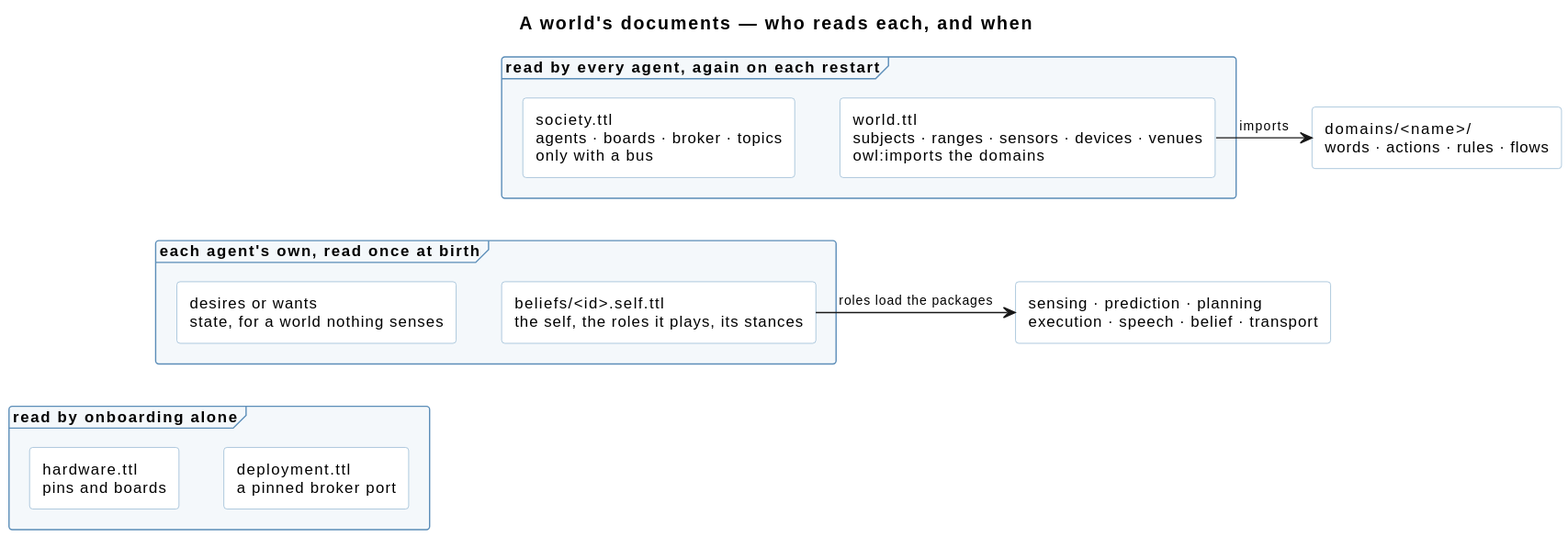
Earlier version of the PlantUML export knowledge/diagrams/runbook-world-documents.svg (ShishkinDmitriy/orexis). Its diagram source:
```plantuml
@startuml
title A world's documents — who reads each, and when

skinparam shadowing false
skinparam defaultFontSize 12
skinparam titleFontSize 14
skinparam ArrowFontSize 10
skinparam rectangle {
  BackgroundColor #FFFFFF
  BorderColor #8FB4D0
}
skinparam frame {
  BackgroundColor #F4F8FB
  BorderColor #5B8DB8
}

frame "read by every agent, again on each restart" {
  rectangle "world.ttl\nsubjects · ranges · sensors · devices · venues\nowl:imports the domains" as W
  rectangle "society.ttl\nagents · boards · broker · topics\nonly with a bus" as S
}
frame "each agent's own, read once at birth" {
  rectangle "beliefs/<id>.self.ttl\nthe self, the roles it plays, its stances" as SELF
  rectangle "desires or wants\nstate, for a world nothing senses" as DES
}
frame "read by onboarding alone" {
  rectangle "deployment.ttl\na pinned broker port" as DEP
  rectangle "hardware.ttl\npins and boards" as HW
}
rectangle "domains/<name>/\nwords · actions · rules · flows" as DOM
rectangle "sensing · prediction · planning\nexecution · speech · belief · transport" as PK

W -right-> DOM : imports
SELF -right-> PK : roles load the packages
S -[hidden]down-> SELF
DES -[hidden]down-> DEP
@enduml
```
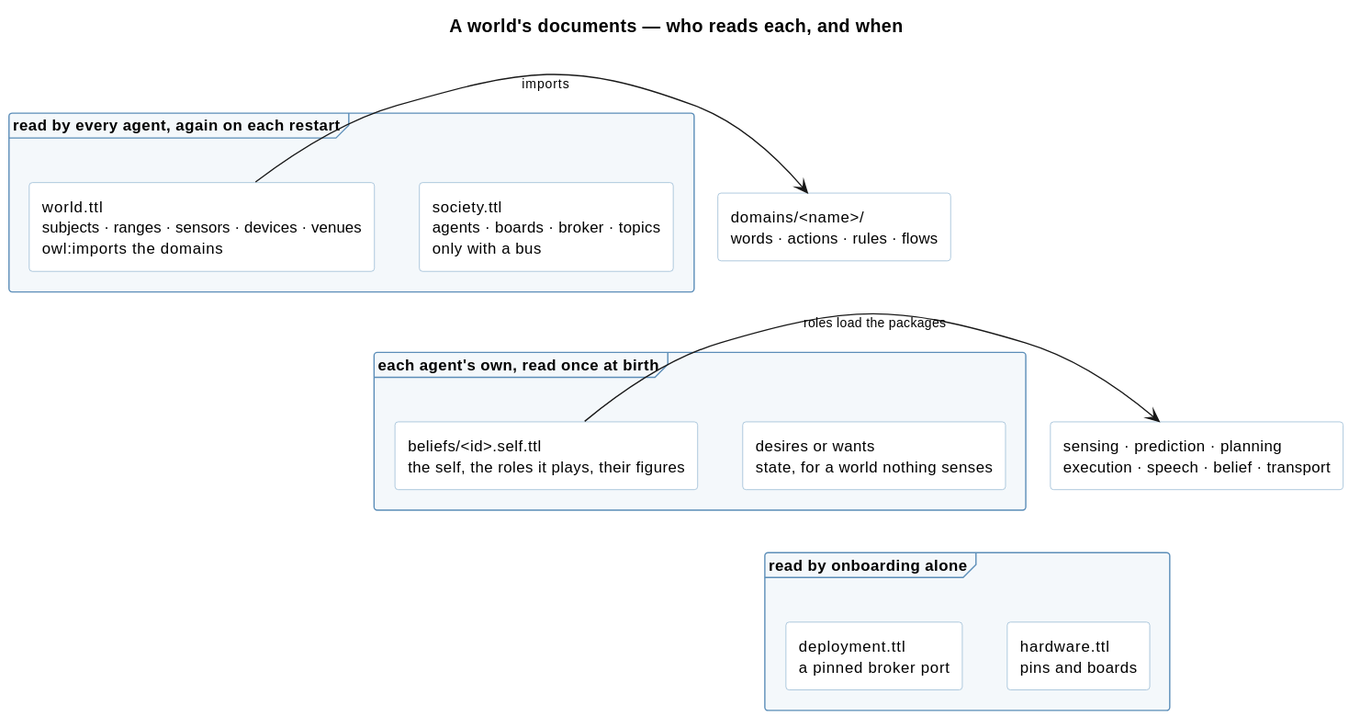
Above is the later version.

The edit, as a diff of the source:
```diff
@@ -19,7 +19,7 @@
   rectangle "society.ttl\nagents · boards · broker · topics\nonly with a bus" as S
 }
 frame "each agent's own, read once at birth" {
-  rectangle "beliefs/<id>.self.ttl\nthe self, the roles it plays, its stances" as SELF
+  rectangle "beliefs/<id>.self.ttl\nthe self, the roles it plays, their figures" as SELF
   rectangle "desires or wants\nstate, for a world nothing senses" as DES
 }
 frame "read by onboarding alone" {
```
